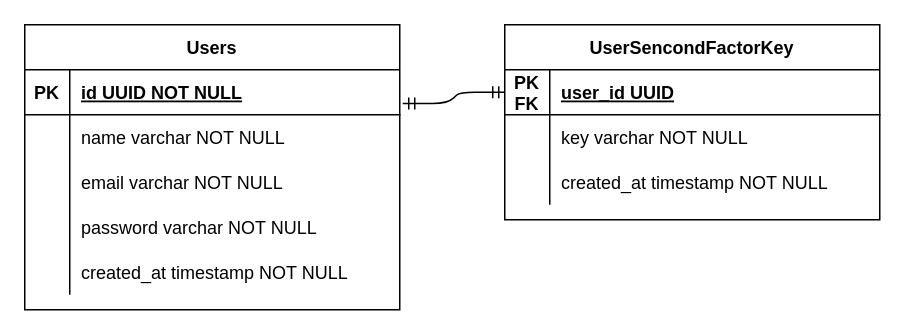
This is .github/der-auth2fa.drawio from IagooCesaar/node-auth-2fa, a draw.io file, before an edit. Source tidied: cells renumbered, new cells numbered last; positions are measured from the earlier drawing's top-left corner, leaving out a move shared by most shapes. Both pictures are drawn from the tidied source at 150%, with x=0, y=0 at pixel (24, 24).
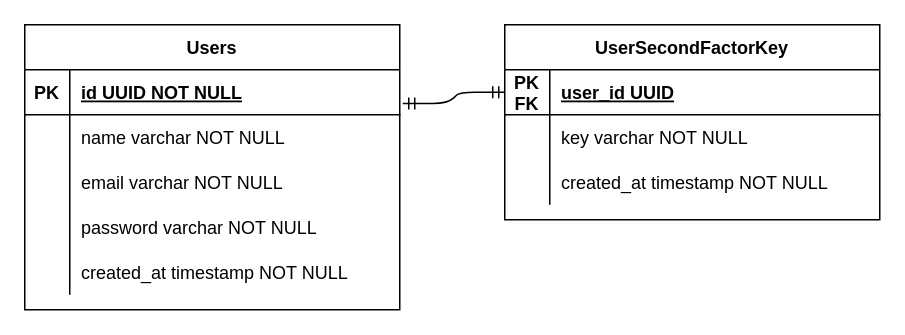
The same page after the edit.

Commit message:
correção nome tabela

What changed in the source:
```diff
@@
-    <mxCell id="2" value="UserSencondFactorKey" style="shape=table;startSize=30;childLayout=tableLayout;rowLines=0;fontStyle=1;align=center;" parent="1" vertex="1">
+    <mxCell id="2" value="UserSecondFactorKey" style="shape=table;startSize=30;childLayout=tableLayout;rowLines=0;fontStyle=1;align=center;" parent="1" vertex="1">
       <mxGeometry x="320" width="250" height="130" as="geometry" />
     </mxCell>
```
